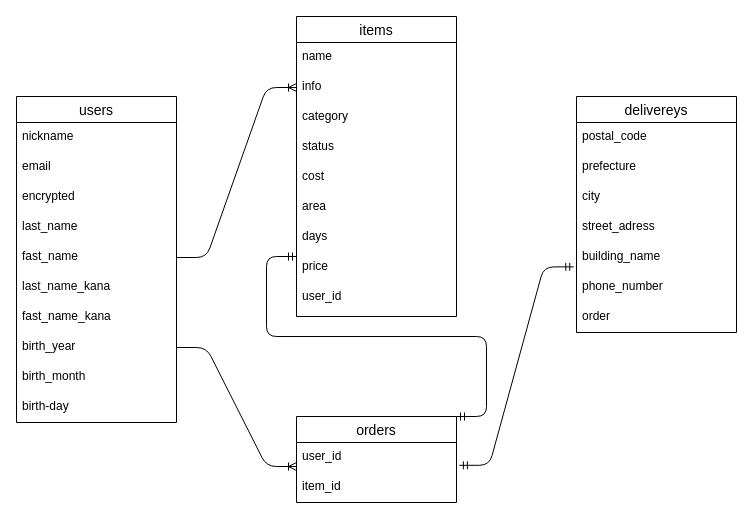
This is test.dio from chantake1128/furima-41428, a draw.io file, before an edit. Source tidied: cells renumbered, new cells numbered last; positions are measured from the earlier drawing's top-left corner, leaving out a move shared by most shapes. Both pictures are drawn from the tidied source at 100%, with x=0, y=0 at pixel (16, 16).
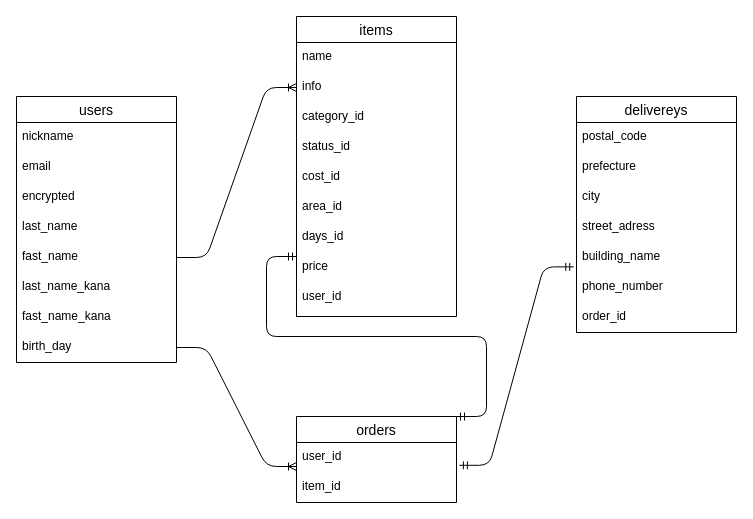
The same diagram, later.

Unchanged cells that the change refers to:
```xml
<mxCell id="14" value="items" style="swimlane;fontStyle=0;horizontal=1;startSize=26;align=center;fontSize=14;" parent="1" vertex="1">
  <mxGeometry x="280" width="160" height="300" as="geometry" />
</mxCell>
<mxCell id="27" value="delivereys" style="swimlane;fontStyle=0;horizontal=1;startSize=26;align=center;fontSize=14;" parent="1" vertex="1">
  <mxGeometry x="560" y="80" width="160" height="236" as="geometry" />
</mxCell>
```

What changed in the source:
```diff
@@
     <mxCell id="2" value="users" style="swimlane;fontStyle=0;horizontal=1;startSize=26;align=center;fontSize=14;" parent="1" vertex="1">
-      <mxGeometry y="80" width="160" height="326" as="geometry" />
+      <mxGeometry y="80" width="160" height="266" as="geometry" />
     </mxCell>
@@
-    <mxCell id="10" value="birth_year" style="text;strokeColor=none;fillColor=none;spacingLeft=4;spacingRight=4;overflow=hidden;points=[[0,0.5],[1,0.5]];portConstraint=eastwest;fontSize=12;" parent="2" vertex="1">
+    <mxCell id="10" value="birth_day" style="text;strokeColor=none;fillColor=none;spacingLeft=4;spacingRight=4;overflow=hidden;points=[[0,0.5],[1,0.5]];portConstraint=eastwest;fontSize=12;" parent="2" vertex="1">
       <mxGeometry y="236" width="160" height="30" as="geometry" />
     </mxCell>
-    <mxCell id="11" value="birth_month" style="text;strokeColor=none;fillColor=none;spacingLeft=4;spacingRight=4;overflow=hidden;fontSize=12;" parent="2" vertex="1">
-      <mxGeometry y="266" width="160" height="30" as="geometry" />
-    </mxCell>
-    <mxCell id="12" value="birth-day" style="text;strokeColor=none;fillColor=none;spacingLeft=4;spacingRight=4;overflow=hidden;fontSize=12;" parent="2" vertex="1">
-      <mxGeometry y="296" width="160" height="30" as="geometry" />
-    </mxCell>
@@
-    <mxCell id="17" value="category" style="text;strokeColor=none;fillColor=none;spacingLeft=4;spacingRight=4;overflow=hidden;fontSize=12;" parent="14" vertex="1">
+    <mxCell id="17" value="category_id" style="text;strokeColor=none;fillColor=none;spacingLeft=4;spacingRight=4;overflow=hidden;fontSize=12;" parent="14" vertex="1">
       <mxGeometry y="86" width="160" height="30" as="geometry" />
     </mxCell>
-    <mxCell id="18" value="status" style="text;strokeColor=none;fillColor=none;spacingLeft=4;spacingRight=4;overflow=hidden;fontSize=12;" parent="14" vertex="1">
+    <mxCell id="18" value="status_id" style="text;strokeColor=none;fillColor=none;spacingLeft=4;spacingRight=4;overflow=hidden;fontSize=12;" parent="14" vertex="1">
       <mxGeometry y="116" width="160" height="30" as="geometry" />
     </mxCell>
-    <mxCell id="19" value="cost" style="text;strokeColor=none;fillColor=none;spacingLeft=4;spacingRight=4;overflow=hidden;fontSize=12;" parent="14" vertex="1">
+    <mxCell id="19" value="cost_id" style="text;strokeColor=none;fillColor=none;spacingLeft=4;spacingRight=4;overflow=hidden;fontSize=12;" parent="14" vertex="1">
       <mxGeometry y="146" width="160" height="30" as="geometry" />
     </mxCell>
-    <mxCell id="20" value="area" style="text;strokeColor=none;fillColor=none;spacingLeft=4;spacingRight=4;overflow=hidden;fontSize=12;" parent="14" vertex="1">
+    <mxCell id="20" value="area_id" style="text;strokeColor=none;fillColor=none;spacingLeft=4;spacingRight=4;overflow=hidden;fontSize=12;" parent="14" vertex="1">
       <mxGeometry y="176" width="160" height="30" as="geometry" />
     </mxCell>
-    <mxCell id="21" value="days" style="text;strokeColor=none;fillColor=none;spacingLeft=4;spacingRight=4;overflow=hidden;fontSize=12;" parent="14" vertex="1">
+    <mxCell id="21" value="days_id" style="text;strokeColor=none;fillColor=none;spacingLeft=4;spacingRight=4;overflow=hidden;fontSize=12;" parent="14" vertex="1">
       <mxGeometry y="206" width="160" height="30" as="geometry" />
     </mxCell>
@@
-    <mxCell id="34" value="order" style="text;strokeColor=none;fillColor=none;spacingLeft=4;spacingRight=4;overflow=hidden;fontSize=12;" parent="27" vertex="1">
+    <mxCell id="34" value="order_id" style="text;strokeColor=none;fillColor=none;spacingLeft=4;spacingRight=4;overflow=hidden;fontSize=12;" parent="27" vertex="1">
       <mxGeometry y="206" width="160" height="30" as="geometry" />
     </mxCell>
```
